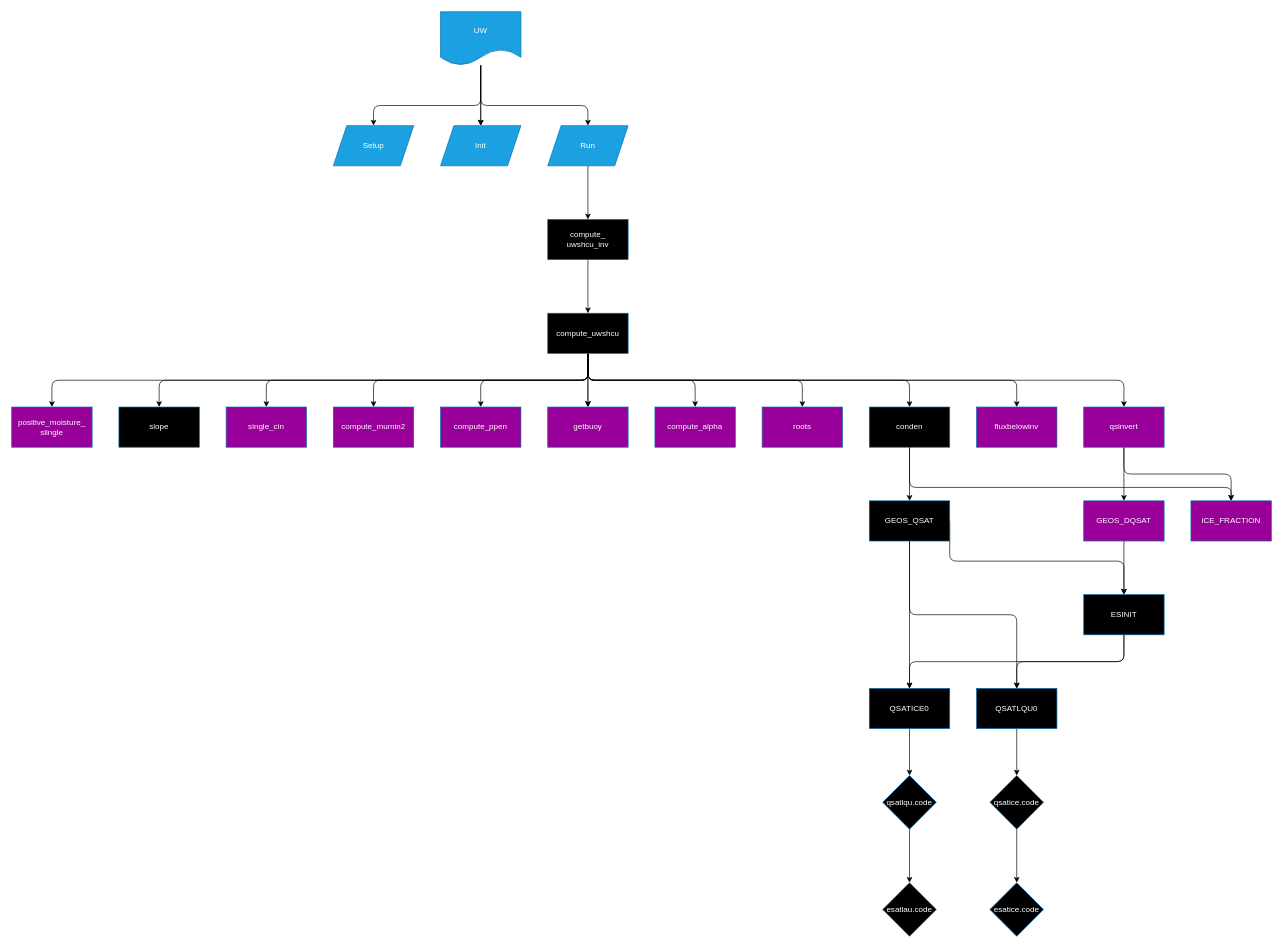
Before: geos_documentation/moist/UW.drawio in GEOS-ESM/geosongpu-ci, a draw.io diagram. Source tidied: cells renumbered, new cells numbered last; positions are measured from the earlier drawing's top-left corner, leaving out a move shared by most shapes. Both pictures are drawn from the tidied source at 67%, with x=0, y=0 at pixel (11, 11).
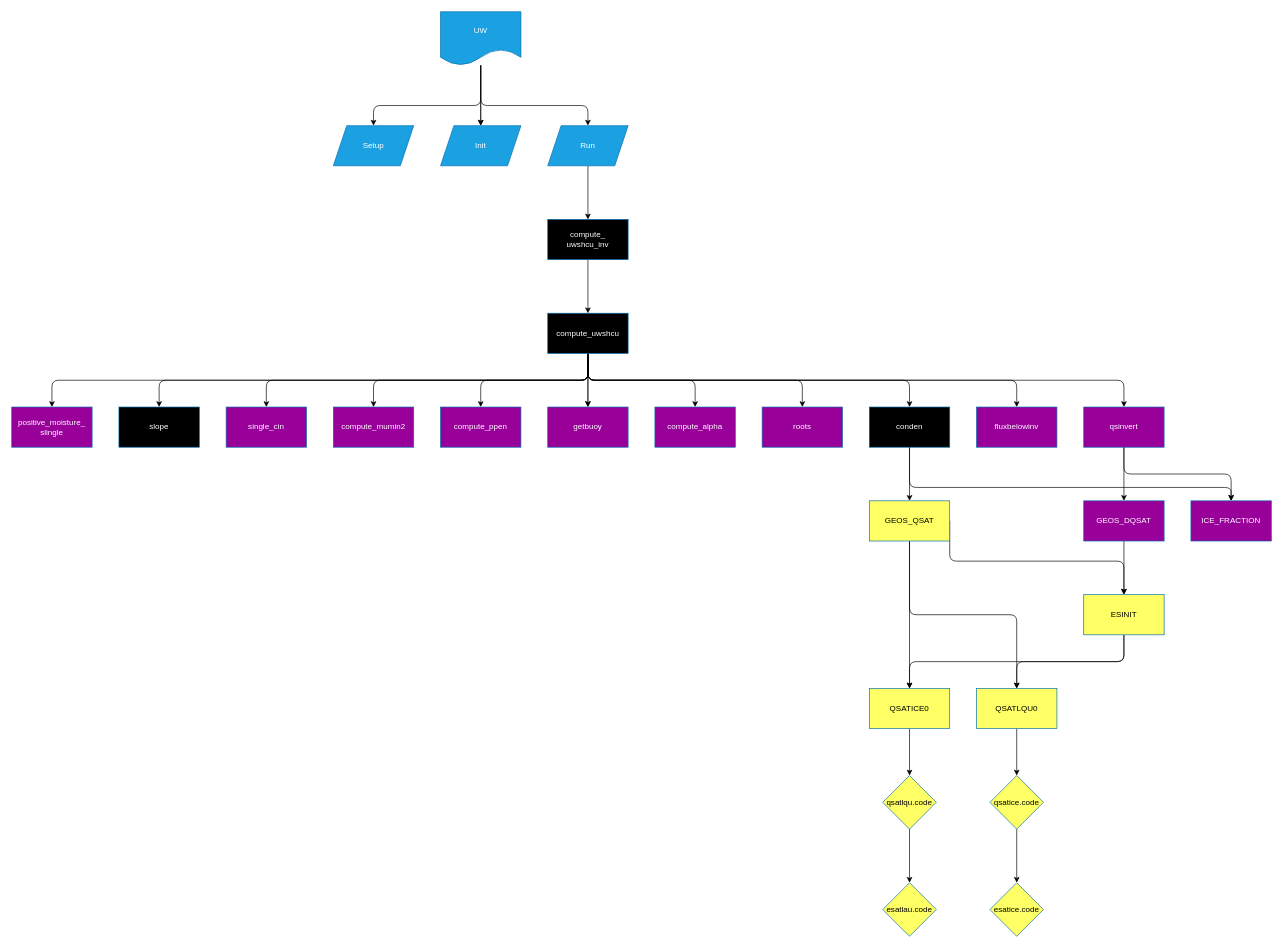
Above is the later version.

Diff of the diagram source:
```diff
@@
-    <mxCell id="46" value="ESINIT" style="whiteSpace=wrap;html=1;fillColor=#000000;strokeColor=#006EAF;fontColor=#ffffff;" parent="1" vertex="1">
+    <mxCell id="46" value="ESINIT" style="whiteSpace=wrap;html=1;fillColor=#FFFF66;strokeColor=#006EAF;fontColor=#000000;" parent="1" vertex="1">
       <mxGeometry x="1600" y="870" width="120" height="60" as="geometry" />
     </mxCell>
@@
-    <mxCell id="50" value="GEOS_QSAT" style="whiteSpace=wrap;html=1;fillColor=#000000;strokeColor=#006EAF;fontColor=#ffffff;" parent="1" vertex="1">
+    <mxCell id="50" value="GEOS_QSAT" style="whiteSpace=wrap;html=1;fillColor=#FFFF66;strokeColor=#006EAF;fontColor=#000000;" parent="1" vertex="1">
       <mxGeometry x="1280" y="730" width="120" height="60" as="geometry" />
     </mxCell>
@@
-    <mxCell id="52" value="QSATICE0" style="whiteSpace=wrap;html=1;fillColor=#000000;strokeColor=#006EAF;fontColor=#ffffff;" parent="1" vertex="1">
+    <mxCell id="52" value="QSATICE0" style="whiteSpace=wrap;html=1;fillColor=#FFFF66;strokeColor=#006EAF;fontColor=#000000;" parent="1" vertex="1">
       <mxGeometry x="1280" y="1010" width="120" height="60" as="geometry" />
     </mxCell>
@@
-    <mxCell id="54" value="QSATLQU0" style="whiteSpace=wrap;html=1;fillColor=#000000;strokeColor=#006EAF;fontColor=#ffffff;" parent="1" vertex="1">
+    <mxCell id="54" value="QSATLQU0" style="whiteSpace=wrap;html=1;fillColor=#FFFF66;strokeColor=#006EAF;fontColor=#000000;" parent="1" vertex="1">
       <mxGeometry x="1440" y="1010" width="120" height="60" as="geometry" />
     </mxCell>
@@
-    <mxCell id="56" value="qsatlqu.code" style="rhombus;whiteSpace=wrap;html=1;fillColor=#000000;strokeColor=#006EAF;fontColor=#ffffff;" parent="1" vertex="1">
+    <mxCell id="56" value="qsatlqu.code" style="rhombus;whiteSpace=wrap;html=1;fillColor=#FFFF66;strokeColor=#006EAF;fontColor=#000000;" parent="1" vertex="1">
       <mxGeometry x="1300" y="1140" width="80" height="80" as="geometry" />
     </mxCell>
-    <mxCell id="57" value="esatlau.code" style="rhombus;whiteSpace=wrap;html=1;fillColor=#000000;strokeColor=#006EAF;fontColor=#ffffff;" parent="1" vertex="1">
+    <mxCell id="57" value="esatlau.code" style="rhombus;whiteSpace=wrap;html=1;fillColor=#FFFF66;strokeColor=#006EAF;fontColor=#000000;" parent="1" vertex="1">
       <mxGeometry x="1300" y="1300" width="80" height="80" as="geometry" />
     </mxCell>
@@
-    <mxCell id="59" value="qsatice.code" style="rhombus;whiteSpace=wrap;html=1;fillColor=#000000;strokeColor=#006EAF;fontColor=#ffffff;" parent="1" vertex="1">
+    <mxCell id="59" value="qsatice.code" style="rhombus;whiteSpace=wrap;html=1;fillColor=#FFFF66;strokeColor=#006EAF;fontColor=#000000;" parent="1" vertex="1">
       <mxGeometry x="1460" y="1140" width="80" height="80" as="geometry" />
     </mxCell>
-    <mxCell id="60" value="esatice.code" style="rhombus;whiteSpace=wrap;html=1;fillColor=#000000;strokeColor=#006EAF;fontColor=#ffffff;" parent="1" vertex="1">
+    <mxCell id="60" value="esatice.code" style="rhombus;whiteSpace=wrap;html=1;fillColor=#FFFF66;strokeColor=#006EAF;fontColor=#000000;" parent="1" vertex="1">
       <mxGeometry x="1460" y="1300" width="80" height="80" as="geometry" />
     </mxCell>
```
